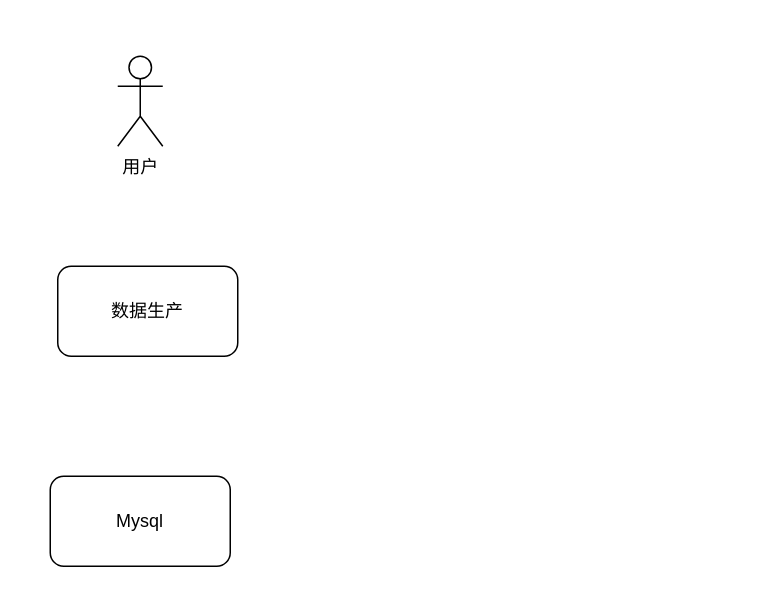
The draw.io diagram 云盘列表数据流转.drawio in huanjiesm/courseware-draw, before the edit. Source tidied: cells renumbered, new cells numbered last; positions are measured from the earlier drawing's top-left corner, leaving out a move shared by most shapes. Both pictures are drawn from the tidied source at 150%, with x=0, y=0 at pixel (50, 56).
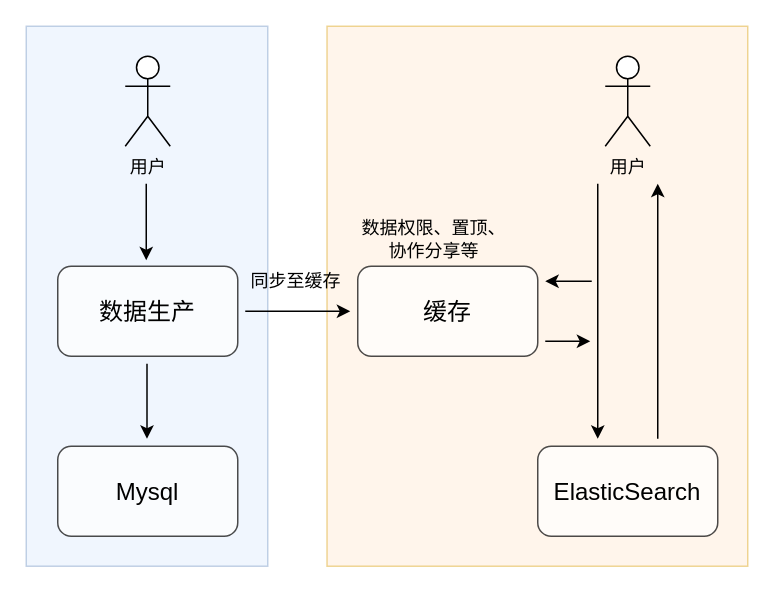
The same diagram, later.

Commit message (it also covers changes not shown here):
更新云盘列表数据流转.drawio

Change to the diagram source:
```diff
@@
+    <mxCell id="5" style="rounded=0;whiteSpace=wrap;html=1;fillColor=#ffe6cc;strokeColor=#d79b00;opacity=40;" parent="1" vertex="1">
+      <mxGeometry x="184.5" y="-20" width="280.5" height="360" as="geometry" />
+    </mxCell>
+    <mxCell id="6" style="rounded=0;whiteSpace=wrap;html=1;fillColor=#dae8fc;strokeColor=#6c8ebf;opacity=40;" parent="1" vertex="1">
+      <mxGeometry x="-16" y="-20" width="161" height="360" as="geometry" />
+    </mxCell>
     <mxCell id="2" value="用户" style="shape=umlActor;verticalLabelPosition=bottom;verticalAlign=top;html=1;" parent="1" vertex="1">
-      <mxGeometry x="45" width="30" height="60" as="geometry" />
+      <mxGeometry x="50" width="30" height="60" as="geometry" />
     </mxCell>
-    <mxCell id="3" value="数据生产" style="rounded=1;whiteSpace=wrap;html=1;" parent="1" vertex="1">
+    <mxCell id="3" value="数据生产" style="rounded=1;whiteSpace=wrap;html=1;fontSize=16;opacity=70;" parent="1" vertex="1">
       <mxGeometry x="5" y="140" width="120" height="60" as="geometry" />
     </mxCell>
-    <mxCell id="4" value="Mysql" style="rounded=1;whiteSpace=wrap;html=1;" parent="1" vertex="1">
-      <mxGeometry y="280" width="120" height="60" as="geometry" />
+    <mxCell id="4" value="Mysql" style="rounded=1;whiteSpace=wrap;html=1;fontSize=16;opacity=70;" parent="1" vertex="1">
+      <mxGeometry x="5" y="260" width="120" height="60" as="geometry" />
     </mxCell>
+    <mxCell id="7" value="ElasticSearch" style="rounded=1;whiteSpace=wrap;html=1;fontSize=16;opacity=70;" parent="1" vertex="1">
+      <mxGeometry x="325" y="260" width="120" height="60" as="geometry" />
+    </mxCell>
+    <mxCell id="8" value="缓存" style="rounded=1;whiteSpace=wrap;html=1;fontSize=16;opacity=70;" parent="1" vertex="1">
+      <mxGeometry x="205" y="140" width="120" height="60" as="geometry" />
+    </mxCell>
+    <mxCell id="9" value="用户" style="shape=umlActor;verticalLabelPosition=bottom;verticalAlign=top;html=1;" parent="1" vertex="1">
+      <mxGeometry x="370" width="30" height="60" as="geometry" />
+    </mxCell>
+    <mxCell id="10" style="endArrow=classic;html=1;rounded=0;" parent="1" edge="1">
+      <mxGeometry relative="1" as="geometry">
+        <mxPoint x="64" y="85" as="sourcePoint" />
+        <mxPoint x="64" y="136" as="targetPoint" />
+      </mxGeometry>
+    </mxCell>
+    <mxCell id="11" style="endArrow=classic;html=1;rounded=0;fontSize=16;" parent="1" edge="1">
+      <mxGeometry relative="1" as="geometry">
+        <mxPoint x="64.5" y="205" as="sourcePoint" />
+        <mxPoint x="64.5" y="255" as="targetPoint" />
+      </mxGeometry>
+    </mxCell>
+    <mxCell id="12" style="endArrow=classic;html=1;rounded=0;fontSize=16;" parent="1" edge="1">
+      <mxGeometry relative="1" as="geometry">
+        <mxPoint x="130" y="170" as="sourcePoint" />
+        <mxPoint x="200" y="170" as="targetPoint" />
+      </mxGeometry>
+    </mxCell>
+    <mxCell id="13" style="endArrow=classic;html=1;rounded=0;" parent="1" edge="1">
+      <mxGeometry relative="1" as="geometry">
+        <mxPoint x="365" y="85" as="sourcePoint" />
+        <mxPoint x="365" y="255" as="targetPoint" />
+      </mxGeometry>
+    </mxCell>
+    <mxCell id="14" style="endArrow=classic;html=1;rounded=0;fontSize=16;" parent="1" edge="1">
+      <mxGeometry relative="1" as="geometry">
+        <mxPoint x="361" y="150" as="sourcePoint" />
+        <mxPoint x="330" y="150" as="targetPoint" />
+      </mxGeometry>
+    </mxCell>
+    <mxCell id="15" style="endArrow=none;html=1;rounded=0;startArrow=classic;startFill=1;endFill=0;fontSize=16;" parent="1" edge="1">
+      <mxGeometry relative="1" as="geometry">
+        <mxPoint x="360" y="190" as="sourcePoint" />
+        <mxPoint x="330" y="190" as="targetPoint" />
+      </mxGeometry>
+    </mxCell>
+    <mxCell id="16" style="endArrow=none;html=1;rounded=0;startArrow=classic;startFill=1;endFill=0;" parent="1" edge="1">
+      <mxGeometry relative="1" as="geometry">
+        <mxPoint x="405" y="85" as="sourcePoint" />
+        <mxPoint x="405" y="255" as="targetPoint" />
+      </mxGeometry>
+    </mxCell>
+    <mxCell id="17" value="同步至缓存" style="text;html=1;align=center;verticalAlign=middle;whiteSpace=wrap;rounded=0;" parent="1" vertex="1">
+      <mxGeometry x="129" y="135" width="70" height="30" as="geometry" />
+    </mxCell>
+    <mxCell id="18" value="数据权限、置顶、协作分享等" style="text;html=1;align=center;verticalAlign=middle;whiteSpace=wrap;rounded=0;" parent="1" vertex="1">
+      <mxGeometry x="206" y="107" width="100" height="30" as="geometry" />
+    </mxCell>
```
